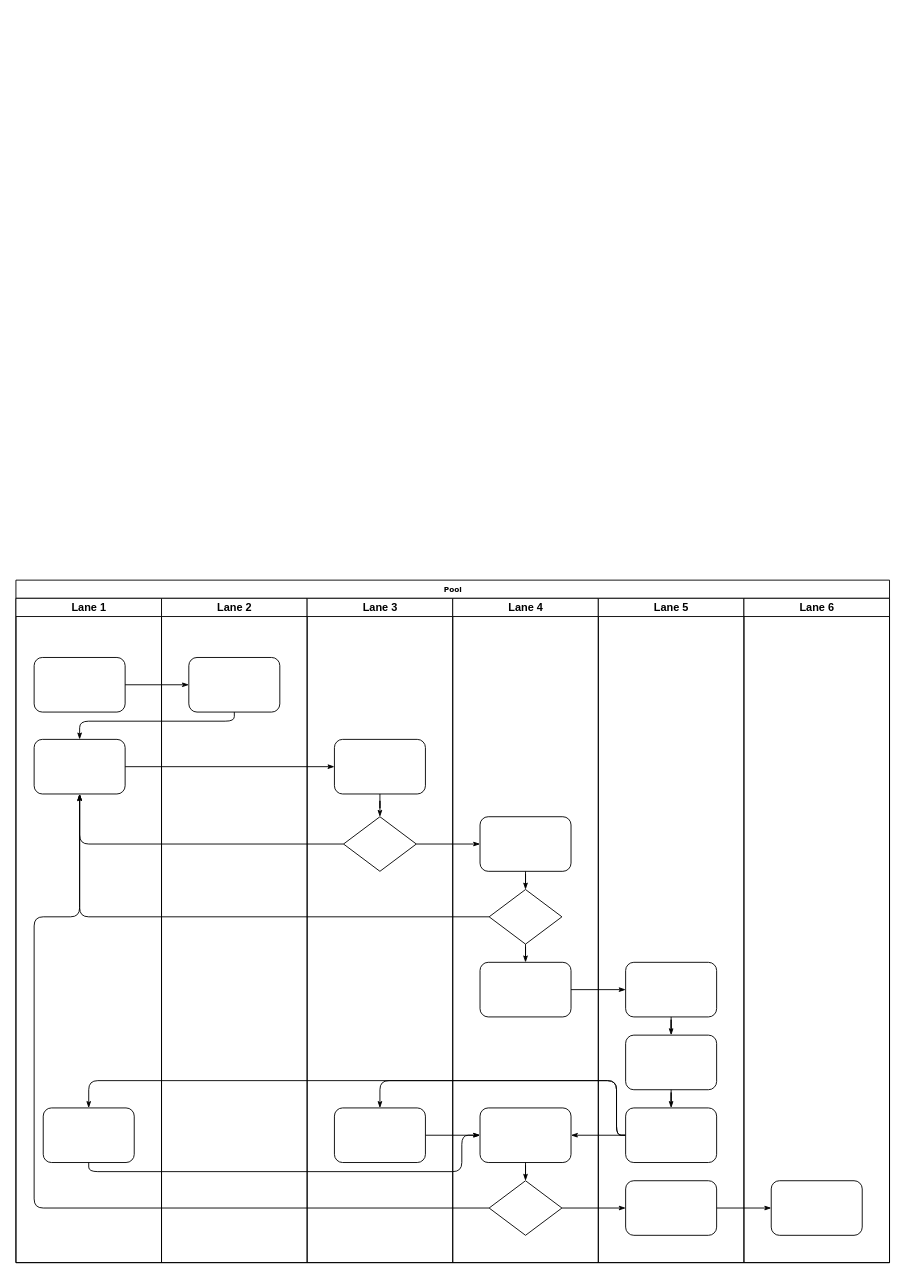
The draw.io diagram Untitled Diagram.drawio in Tlanglord/WilliamChart, before the edit. Source tidied: cells renumbered, new cells numbered last; positions are measured from the earlier drawing's top-left corner, leaving out a move shared by most shapes. Both pictures are drawn from the tidied source at 91%, with x=0, y=0 at pixel (15, 580).
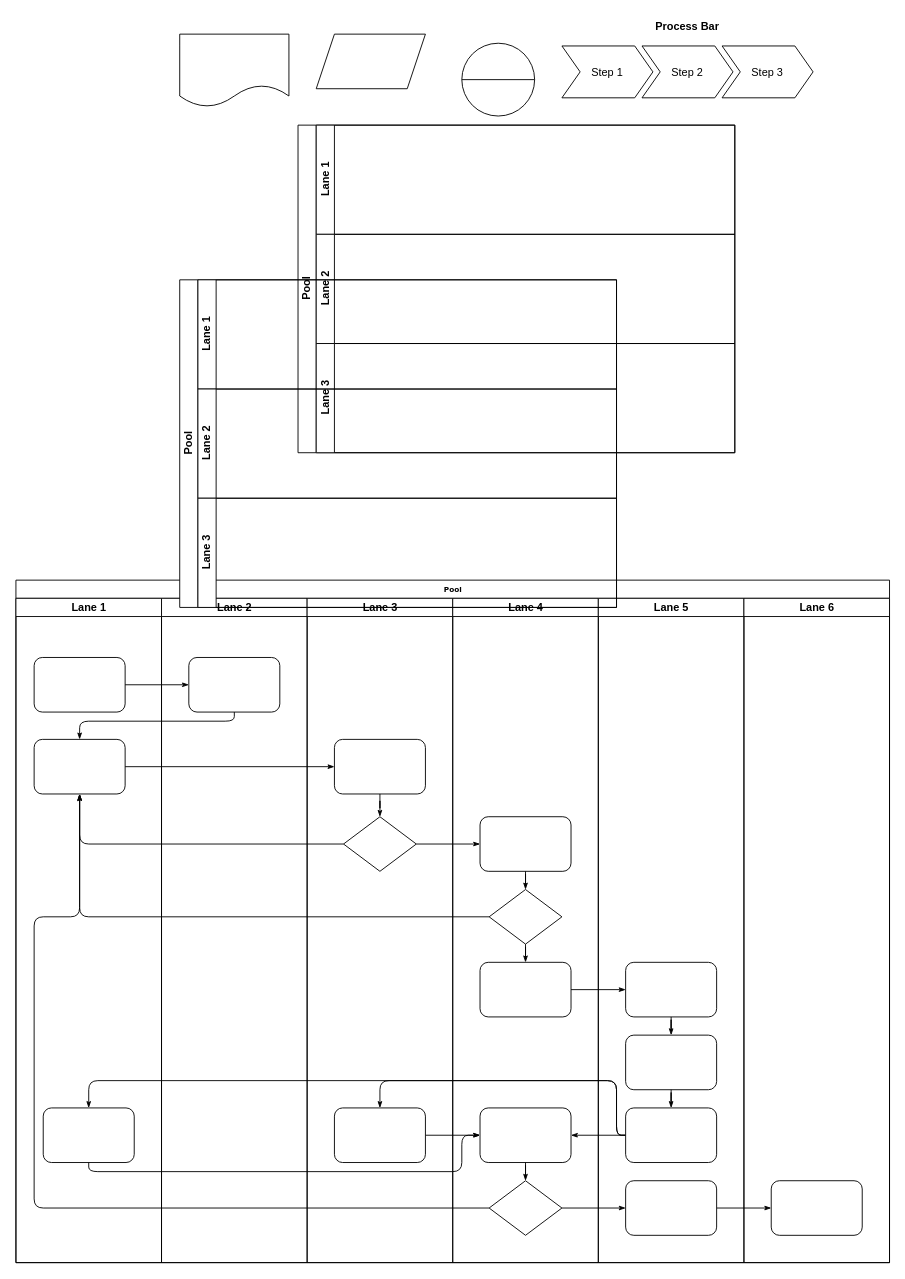
The same page after the edit.

Change to the diagram source:
```diff
@@
+    <mxCell id="47" style="shape=document;whiteSpace=wrap;html=1;boundedLbl=1;" parent="1" vertex="1">
+      <mxGeometry x="180" y="-600" width="120" height="80" as="geometry" />
+    </mxCell>
+    <mxCell id="48" style="shape=parallelogram;perimeter=parallelogramPerimeter;whiteSpace=wrap;html=1;fixedSize=1;" parent="1" vertex="1">
+      <mxGeometry x="330" y="-600" width="120" height="60" as="geometry" />
+    </mxCell>
+    <mxCell id="49" style="shape=lineEllipse;perimeter=ellipsePerimeter;whiteSpace=wrap;html=1;backgroundOutline=1;" parent="1" vertex="1">
+      <mxGeometry x="490" y="-590" width="80" height="80" as="geometry" />
+    </mxCell>
+    <mxCell id="50" value="Process Bar" style="swimlane;horizontal=1;fillColor=none;strokeColor=none;stackBorder=10;align=center;fontColor=#000000;" parent="1" vertex="1">
+      <mxGeometry x="590" y="-620" width="296" height="100" as="geometry" />
+    </mxCell>
+    <mxCell id="51" value="Step 1" style="shape=step;perimeter=stepPerimeter;fixedSize=1;" parent="50" vertex="1">
+      <mxGeometry x="10" y="33" width="100" height="57" as="geometry" />
+    </mxCell>
+    <mxCell id="52" value="Step 2" style="shape=step;perimeter=stepPerimeter;fixedSize=1;" parent="50" vertex="1">
+      <mxGeometry x="98" y="33" width="100" height="57" as="geometry" />
+    </mxCell>
+    <mxCell id="53" value="Step 3" style="shape=step;perimeter=stepPerimeter;fixedSize=1;" parent="50" vertex="1">
+      <mxGeometry x="186" y="33" width="100" height="57" as="geometry" />
+    </mxCell>
+    <mxCell id="54" value="Pool" style="swimlane;html=1;horizontal=0;startSize=20;" parent="1" vertex="1">
+      <mxGeometry x="310" y="-500" width="480" height="360" as="geometry" />
+    </mxCell>
+    <mxCell id="55" value="Lane 1" style="swimlane;html=1;startSize=20;horizontal=0;" parent="54" vertex="1">
+      <mxGeometry x="20" width="460" height="120" as="geometry" />
+    </mxCell>
+    <mxCell id="56" value="Lane 2" style="swimlane;html=1;startSize=20;horizontal=0;" parent="54" vertex="1">
+      <mxGeometry x="20" y="120" width="460" height="120" as="geometry" />
+    </mxCell>
+    <mxCell id="57" value="Lane 3" style="swimlane;html=1;startSize=20;horizontal=0;" parent="54" vertex="1">
+      <mxGeometry x="20" y="240" width="460" height="120" as="geometry" />
+    </mxCell>
+    <mxCell id="58" value="Pool" style="swimlane;html=1;horizontal=0;startSize=20;" parent="1" vertex="1">
+      <mxGeometry x="180" y="-330" width="480" height="360" as="geometry" />
+    </mxCell>
+    <mxCell id="59" value="Lane 1" style="swimlane;html=1;startSize=20;horizontal=0;" parent="58" vertex="1">
+      <mxGeometry x="20" width="460" height="120" as="geometry" />
+    </mxCell>
+    <mxCell id="60" value="Lane 2" style="swimlane;html=1;startSize=20;horizontal=0;" parent="58" vertex="1">
+      <mxGeometry x="20" y="120" width="460" height="120" as="geometry" />
+    </mxCell>
+    <mxCell id="61" value="Lane 3" style="swimlane;html=1;startSize=20;horizontal=0;" parent="58" vertex="1">
+      <mxGeometry x="20" y="240" width="460" height="120" as="geometry" />
+    </mxCell>
```
